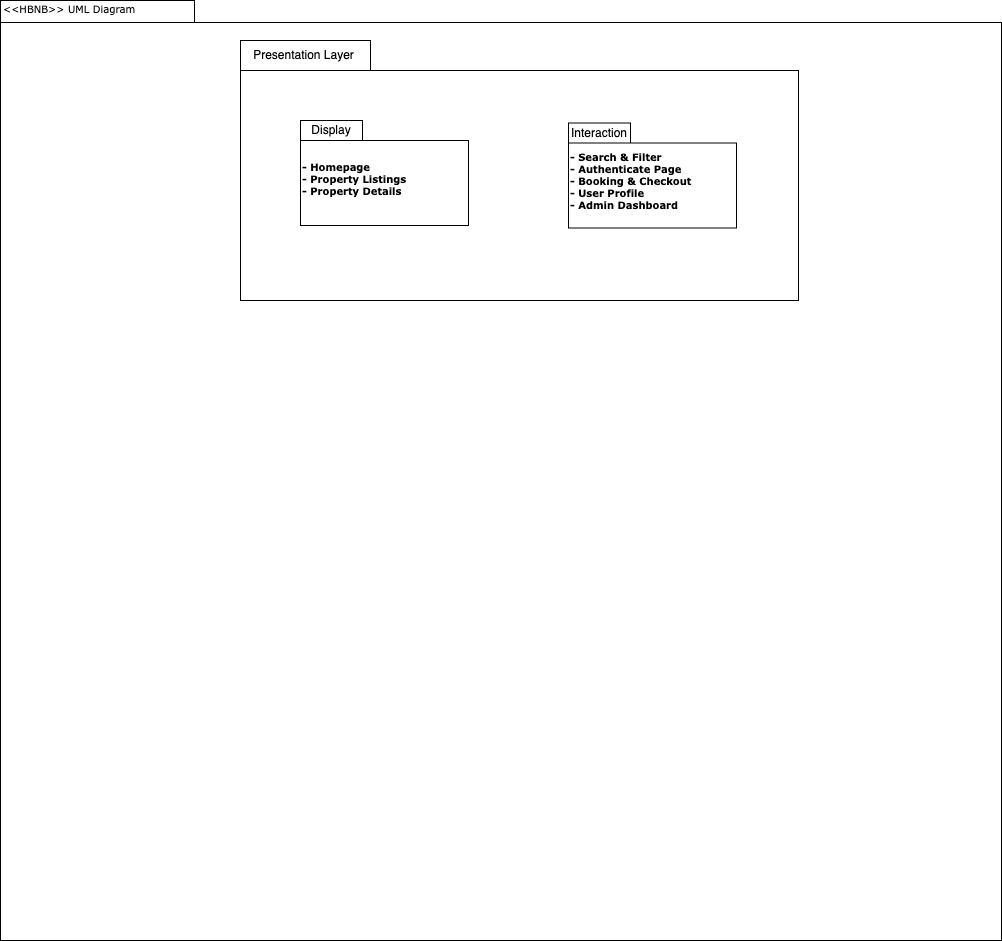
ostafford/cwd_playground keeps this draw.io diagram as Untitled Diagram.drawio.png. Above is the earlier version. Source tidied: cells renumbered, new cells last; positions are measured from the earlier drawing's top-left corner, leaving out a move shared by most shapes.
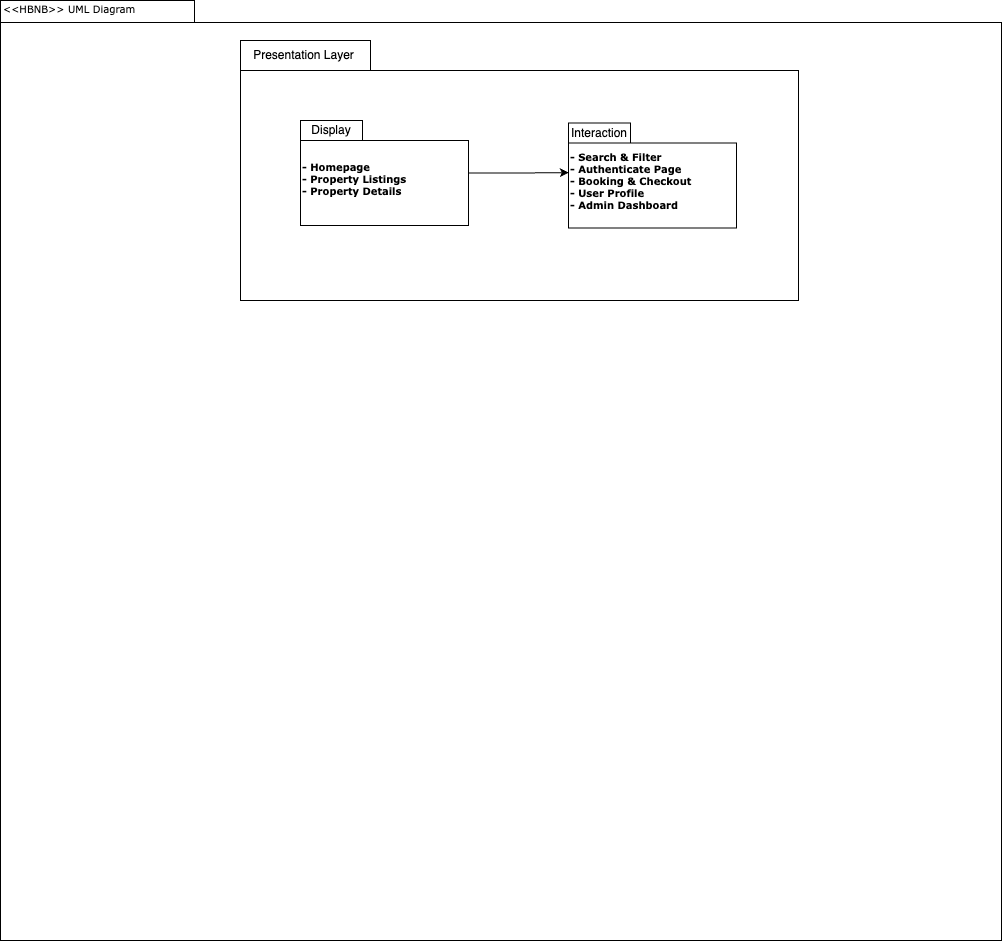
After the commit.

The edit, as a diff of the source:
```diff
@@ -29,5 +29,8 @@
     <mxCell id="10" value="Interaction" style="text;html=1;align=center;verticalAlign=middle;whiteSpace=wrap;rounded=0;" parent="8" vertex="1">
       <mxGeometry x="1" width="60" height="30" as="geometry" />
     </mxCell>
+    <mxCell id="11" style="edgeStyle=orthogonalEdgeStyle;rounded=0;jettySize=auto;html=1;entryX=0.002;entryY=0.473;entryDx=0;entryDy=0;entryPerimeter=0;" parent="1" edge="1" source="6" target="9">
+      <mxGeometry relative="1" as="geometry" />
+    </mxCell>
   </root>
 </mxGraphModel>
```
